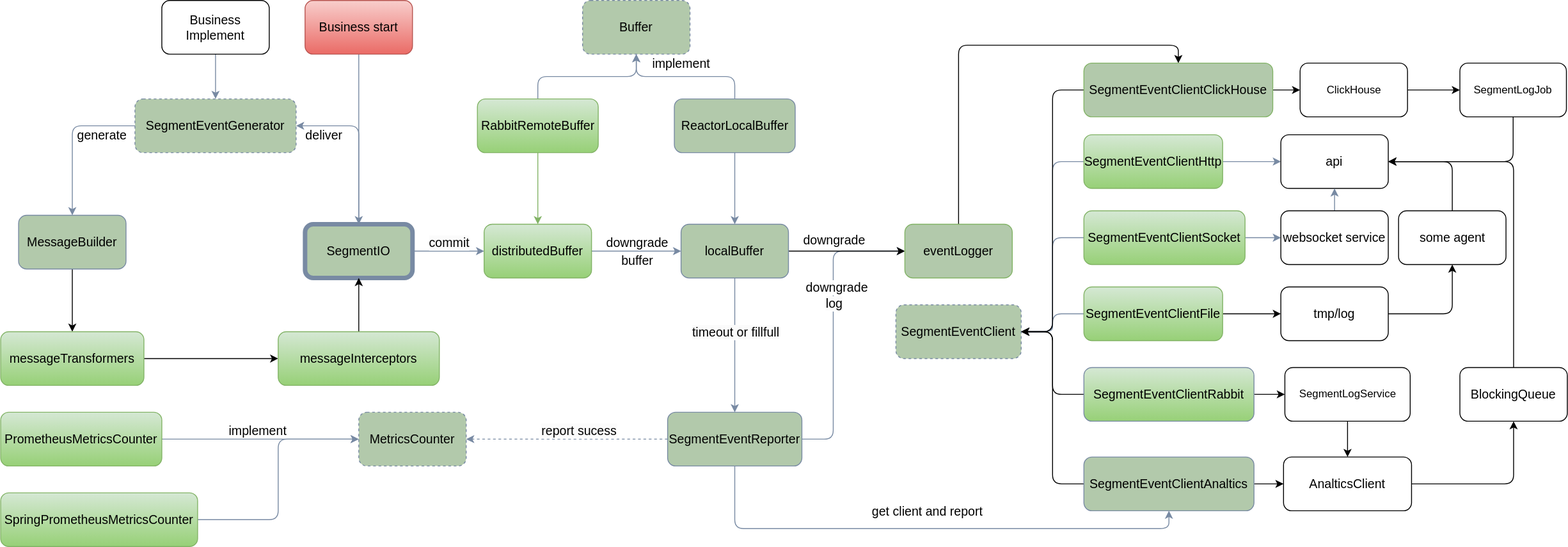
The draw.io diagram assets/SegmentEvent-V2.drawio.svg in sheldon-pacvue/segmenet-event, before a commit. Source tidied: cells renumbered, new cells last; positions are measured from the earlier drawing's top-left corner, leaving out a move shared by most shapes.
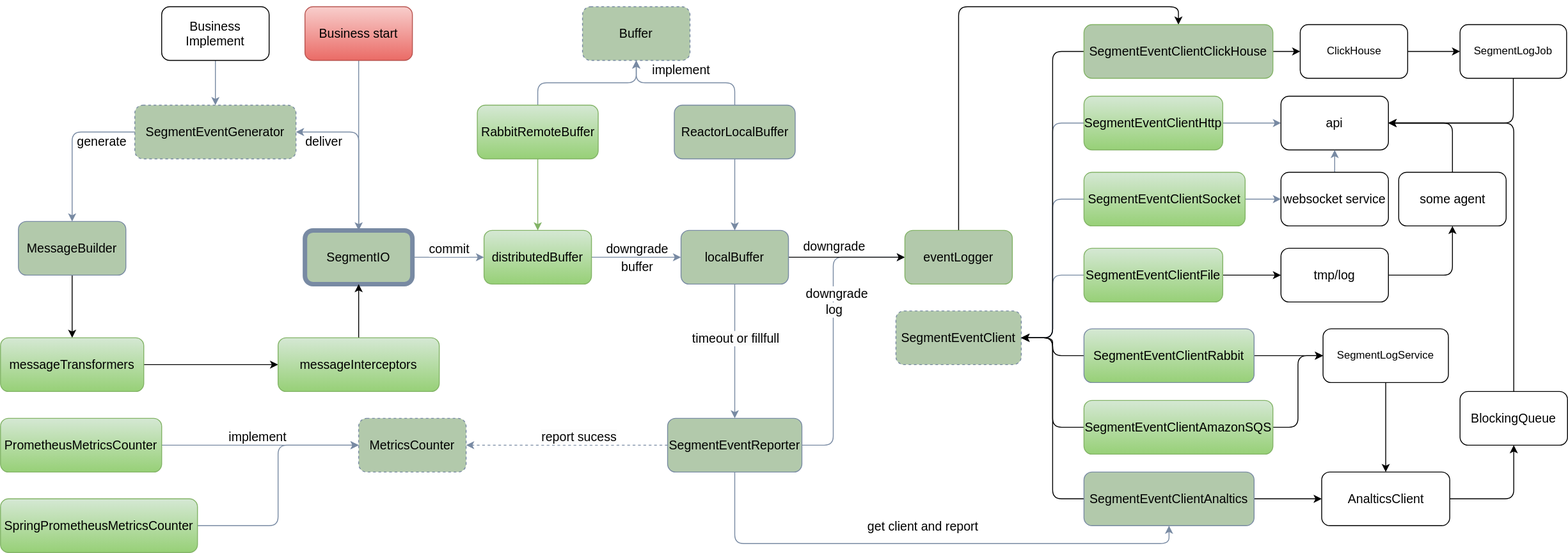
The same diagram one commit later.

The edit, as a diff of the source:
```diff
@@ -135,7 +135,7 @@
       <mxGeometry relative="1" as="geometry" />
     </mxCell>
     <mxCell id="37" value="SegmentEventClientHttp" style="rounded=1;whiteSpace=wrap;html=1;strokeColor=#82b366;fillColor=#d5e8d4;labelBackgroundColor=none;fontSize=14;gradientColor=#97d077;" parent="1" vertex="1">
-      <mxGeometry x="1210" y="150" width="155" height="60" as="geometry" />
+      <mxGeometry x="1210" y="100" width="155" height="60" as="geometry" />
     </mxCell>
     <mxCell id="38" value="MetricsCounter" style="rounded=1;whiteSpace=wrap;html=1;strokeColor=#788AA3;fillColor=#B2C9AB;labelBackgroundColor=none;fontSize=14;dashed=1;fontColor=#000000;" parent="1" vertex="1">
       <mxGeometry x="400" y="460" width="120" height="60" as="geometry" />
@@ -146,26 +146,26 @@
     <mxCell id="40" style="edgeStyle=orthogonalEdgeStyle;rounded=1;jettySize=auto;html=1;entryX=1;entryY=0.5;entryDx=0;entryDy=0;strokeColor=#788AA3;fontColor=#000000;fillColor=#B2C9AB;labelBackgroundColor=none;fontSize=14;" parent="1" edge="1" source="42" target="34">
       <mxGeometry relative="1" as="geometry" />
     </mxCell>
-    <mxCell id="41" style="edgeStyle=orthogonalEdgeStyle;rounded=0;jettySize=auto;html=1;exitX=1;exitY=0.5;exitDx=0;exitDy=0;" parent="1" edge="1" source="42" target="44">
+    <mxCell id="41" style="edgeStyle=orthogonalEdgeStyle;rounded=1;jettySize=auto;html=1;exitX=1;exitY=0.5;exitDx=0;exitDy=0;" parent="1" edge="1" source="42" target="44">
       <mxGeometry relative="1" as="geometry" />
     </mxCell>
     <mxCell id="42" value="SegmentEventClientFile" style="rounded=1;whiteSpace=wrap;html=1;strokeColor=#82b366;fillColor=#d5e8d4;labelBackgroundColor=none;fontSize=14;gradientColor=#97d077;" parent="1" vertex="1">
-      <mxGeometry x="1210" y="320" width="155" height="60" as="geometry" />
+      <mxGeometry x="1210" y="270" width="155" height="60" as="geometry" />
     </mxCell>
     <mxCell id="43" style="edgeStyle=orthogonalEdgeStyle;rounded=1;jettySize=auto;html=1;exitX=1;exitY=0.5;exitDx=0;exitDy=0;entryX=0.5;entryY=1;entryDx=0;entryDy=0;" parent="1" edge="1" source="44" target="67">
       <mxGeometry relative="1" as="geometry" />
     </mxCell>
     <mxCell id="44" value="tmp/log" style="rounded=1;whiteSpace=wrap;html=1;labelBackgroundColor=none;fontSize=14;fillColor=none;" parent="1" vertex="1">
-      <mxGeometry x="1430" y="320" width="120" height="60" as="geometry" />
+      <mxGeometry x="1430" y="270" width="120" height="60" as="geometry" />
     </mxCell>
     <mxCell id="45" value="api" style="rounded=1;whiteSpace=wrap;html=1;labelBackgroundColor=none;fontSize=14;fillColor=none;" parent="1" vertex="1">
-      <mxGeometry x="1430" y="150" width="120" height="60" as="geometry" />
+      <mxGeometry x="1430" y="100" width="120" height="60" as="geometry" />
     </mxCell>
     <mxCell id="46" style="edgeStyle=orthogonalEdgeStyle;rounded=1;jettySize=auto;html=1;exitX=1;exitY=0.5;exitDx=0;exitDy=0;labelBackgroundColor=none;strokeColor=#788AA3;fontColor=#000000;fontSize=14;" parent="1" edge="1" source="47" target="64">
       <mxGeometry relative="1" as="geometry" />
     </mxCell>
     <mxCell id="47" value="SegmentEventClientSocket" style="rounded=1;whiteSpace=wrap;html=1;strokeColor=#82b366;fillColor=#d5e8d4;labelBackgroundColor=none;fontSize=14;gradientColor=#97d077;" parent="1" vertex="1">
-      <mxGeometry x="1210" y="235" width="180" height="60" as="geometry" />
+      <mxGeometry x="1210" y="185" width="180" height="60" as="geometry" />
     </mxCell>
     <mxCell id="48" style="edgeStyle=orthogonalEdgeStyle;rounded=1;jettySize=auto;html=1;labelBackgroundColor=none;strokeColor=#82b366;fontColor=#000000;fontSize=14;fillColor=#d5e8d4;gradientColor=#97d077;" parent="1" edge="1" source="51" target="30">
       <mxGeometry relative="1" as="geometry" />
@@ -220,7 +220,7 @@
       <mxGeometry relative="1" as="geometry" />
     </mxCell>
     <mxCell id="64" value="websocket service" style="rounded=1;whiteSpace=wrap;html=1;fontSize=14;labelBackgroundColor=none;fillColor=none;" parent="1" vertex="1">
-      <mxGeometry x="1430" y="235" width="120" height="60" as="geometry" />
+      <mxGeometry x="1430" y="185" width="120" height="60" as="geometry" />
     </mxCell>
     <mxCell id="65" style="edgeStyle=orthogonalEdgeStyle;rounded=1;orthogonalLoop=1;jettySize=auto;html=1;labelBackgroundColor=none;strokeColor=#666666;fontColor=#000000;fontSize=14;fillColor=#f5f5f5;gradientColor=#b3b3b3;" parent="1" edge="1">
       <mxGeometry relative="1" as="geometry">
@@ -231,7 +231,7 @@
       <mxGeometry relative="1" as="geometry" />
     </mxCell>
     <mxCell id="67" value="some agent" style="rounded=1;whiteSpace=wrap;html=1;labelBackgroundColor=none;fontSize=14;fillColor=none;" parent="1" vertex="1">
-      <mxGeometry x="1561.5" y="235" width="120" height="60" as="geometry" />
+      <mxGeometry x="1561.5" y="185" width="120" height="60" as="geometry" />
     </mxCell>
     <mxCell id="68" style="edgeStyle=orthogonalEdgeStyle;rounded=1;jettySize=auto;html=1;exitX=0;exitY=0.5;exitDx=0;exitDy=0;entryX=1;entryY=0.5;entryDx=0;entryDy=0;" parent="1" edge="1" source="70" target="34">
       <mxGeometry relative="1" as="geometry" />
@@ -240,25 +240,25 @@
       <mxGeometry relative="1" as="geometry" />
     </mxCell>
     <mxCell id="70" value="SegmentEventClientAnaltics" style="rounded=1;whiteSpace=wrap;html=1;strokeColor=#788AA3;fillColor=#B2C9AB;labelBackgroundColor=none;fontSize=14;fontColor=#000000;" parent="1" vertex="1">
-      <mxGeometry x="1210" y="510" width="190" height="60" as="geometry" />
+      <mxGeometry x="1210" y="520" width="190" height="60" as="geometry" />
     </mxCell>
     <mxCell id="71" style="edgeStyle=orthogonalEdgeStyle;rounded=1;jettySize=auto;html=1;" parent="1" edge="1" source="72" target="74">
       <mxGeometry relative="1" as="geometry" />
     </mxCell>
     <mxCell id="72" value="AnalticsClient" style="rounded=1;whiteSpace=wrap;html=1;fillColor=none;labelBackgroundColor=none;fontSize=14;" parent="1" vertex="1">
-      <mxGeometry x="1433" y="510" width="143" height="60" as="geometry" />
+      <mxGeometry x="1475.5" y="520" width="143" height="60" as="geometry" />
     </mxCell>
     <mxCell id="73" style="edgeStyle=orthogonalEdgeStyle;rounded=1;jettySize=auto;html=1;exitX=0.5;exitY=0;exitDx=0;exitDy=0;entryX=1;entryY=0.5;entryDx=0;entryDy=0;" parent="1" edge="1" source="74" target="45">
       <mxGeometry relative="1" as="geometry" />
     </mxCell>
     <mxCell id="74" value="BlockingQueue" style="rounded=1;whiteSpace=wrap;html=1;labelBackgroundColor=none;fontSize=14;fillColor=none;" parent="1" vertex="1">
-      <mxGeometry x="1630" y="410" width="120" height="60" as="geometry" />
+      <mxGeometry x="1630" y="430" width="120" height="60" as="geometry" />
     </mxCell>
-    <mxCell id="75" style="edgeStyle=orthogonalEdgeStyle;rounded=0;jettySize=auto;html=1;exitX=0.5;exitY=1;exitDx=0;exitDy=0;" parent="1" edge="1" source="76" target="72">
+    <mxCell id="75" style="edgeStyle=orthogonalEdgeStyle;rounded=1;jettySize=auto;html=1;exitX=0.5;exitY=1;exitDx=0;exitDy=0;" parent="1" edge="1" source="76" target="72">
       <mxGeometry relative="1" as="geometry" />
     </mxCell>
     <mxCell id="76" value="SegmentLogService" style="rounded=1;whiteSpace=wrap;html=1;" parent="1" vertex="1">
-      <mxGeometry x="1434.5" y="410" width="140" height="60" as="geometry" />
+      <mxGeometry x="1477" y="360" width="140" height="60" as="geometry" />
     </mxCell>
     <mxCell id="77" style="edgeStyle=orthogonalEdgeStyle;rounded=1;jettySize=auto;html=1;" parent="1" edge="1" source="78" target="80">
       <mxGeometry relative="1" as="geometry" />
@@ -276,7 +276,7 @@
       <mxGeometry relative="1" as="geometry" />
     </mxCell>
     <mxCell id="82" value="SegmentEventClientRabbit" style="rounded=1;whiteSpace=wrap;html=1;strokeColor=#788AA3;fillColor=#D5E8D4;labelBackgroundColor=none;fontSize=14;fontColor=#000000;gradientColor=#97D077;" parent="1" vertex="1">
-      <mxGeometry x="1210" y="410" width="190" height="60" as="geometry" />
+      <mxGeometry x="1210" y="360" width="190" height="60" as="geometry" />
     </mxCell>
     <mxCell id="83" style="edgeStyle=orthogonalEdgeStyle;rounded=1;jettySize=auto;html=1;exitX=0;exitY=0.5;exitDx=0;exitDy=0;entryX=1;entryY=0.5;entryDx=0;entryDy=0;" parent="1" edge="1" source="85" target="34">
       <mxGeometry relative="1" as="geometry" />
@@ -285,19 +285,28 @@
       <mxGeometry relative="1" as="geometry" />
     </mxCell>
     <mxCell id="85" value="SegmentEventClientClickHouse" style="rounded=1;whiteSpace=wrap;html=1;strokeColor=#82b366;fillColor=#B2C9AB;labelBackgroundColor=none;fontSize=14;gradientColor=none;" parent="1" vertex="1">
-      <mxGeometry x="1210" y="70" width="211" height="60" as="geometry" />
+      <mxGeometry x="1210" y="20" width="211" height="60" as="geometry" />
     </mxCell>
     <mxCell id="86" style="edgeStyle=orthogonalEdgeStyle;rounded=1;jettySize=auto;html=1;" parent="1" edge="1" source="87" target="89">
       <mxGeometry relative="1" as="geometry" />
     </mxCell>
     <mxCell id="87" value="ClickHouse" style="rounded=1;whiteSpace=wrap;html=1;" parent="1" vertex="1">
-      <mxGeometry x="1451.5" y="70" width="120" height="60" as="geometry" />
+      <mxGeometry x="1451.5" y="20" width="120" height="60" as="geometry" />
     </mxCell>
     <mxCell id="88" style="edgeStyle=orthogonalEdgeStyle;rounded=1;jettySize=auto;html=1;entryX=1;entryY=0.5;entryDx=0;entryDy=0;exitX=0.5;exitY=1;exitDx=0;exitDy=0;" parent="1" edge="1" source="89" target="45">
       <mxGeometry relative="1" as="geometry" />
     </mxCell>
     <mxCell id="89" value="SegmentLogJob" style="rounded=1;whiteSpace=wrap;html=1;" parent="1" vertex="1">
-      <mxGeometry x="1630" y="70" width="119" height="60" as="geometry" />
+      <mxGeometry x="1630" y="20" width="119" height="60" as="geometry" />
     </mxCell>
+    <mxCell id="90" style="edgeStyle=orthogonalEdgeStyle;rounded=1;jettySize=auto;html=1;entryX=1;entryY=0.5;entryDx=0;entryDy=0;" parent="1" edge="1" source="92" target="34">
+      <mxGeometry relative="1" as="geometry" />
+    </mxCell>
+    <mxCell id="91" style="edgeStyle=orthogonalEdgeStyle;rounded=1;jettySize=auto;html=1;exitX=1;exitY=0.5;exitDx=0;exitDy=0;entryX=0;entryY=0.5;entryDx=0;entryDy=0;" parent="1" edge="1" source="92" target="76">
+      <mxGeometry relative="1" as="geometry" />
+    </mxCell>
+    <mxCell id="92" value="SegmentEventClientAmazonSQS" style="rounded=1;whiteSpace=wrap;html=1;strokeColor=#82b366;fillColor=#D5E8D4;labelBackgroundColor=none;fontSize=14;gradientColor=#97D077;" parent="1" vertex="1">
+      <mxGeometry x="1210" y="440" width="211" height="60" as="geometry" />
+    </mxCell>
   </root>
 </mxGraphModel>
```
